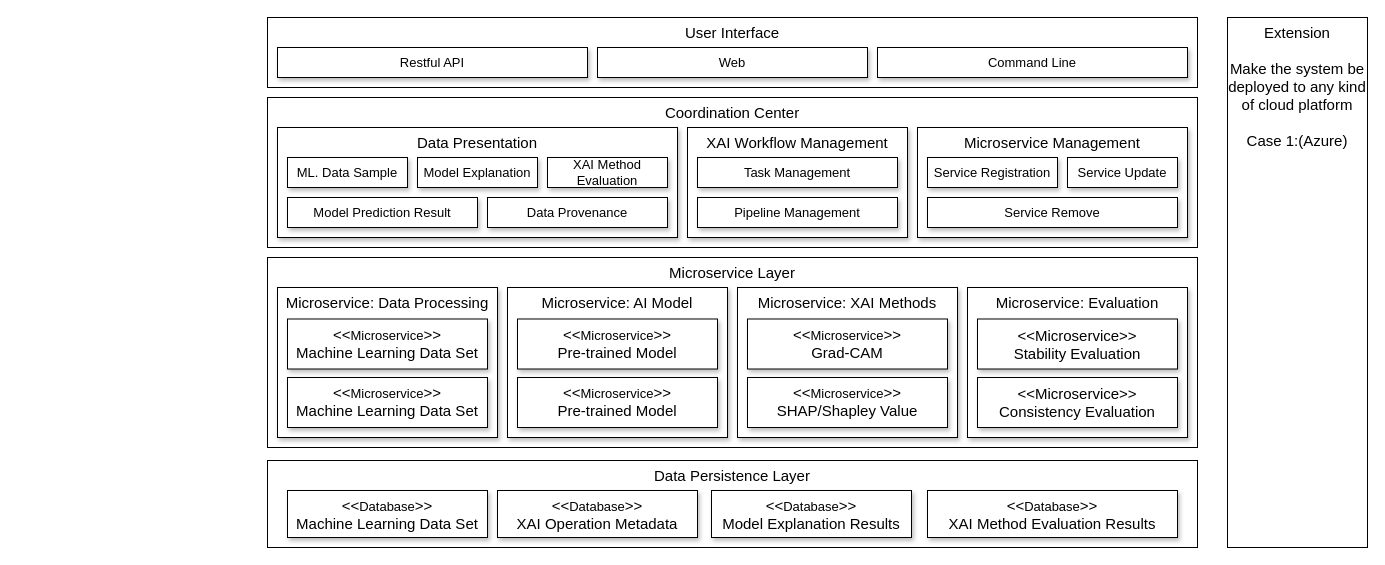
Above: page "New sys layer arch" (1 of 14) of Documents/Diagrams.drawio in ZeruiW/XAI-Service (draw.io), before the change. Source tidied: cells renumbered, new cells numbered last; positions are measured from the earlier drawing's top-left corner, leaving out a move shared by most shapes. Both pictures are drawn from the tidied source at 100%, with x=0, y=0 at pixel (267, 17).
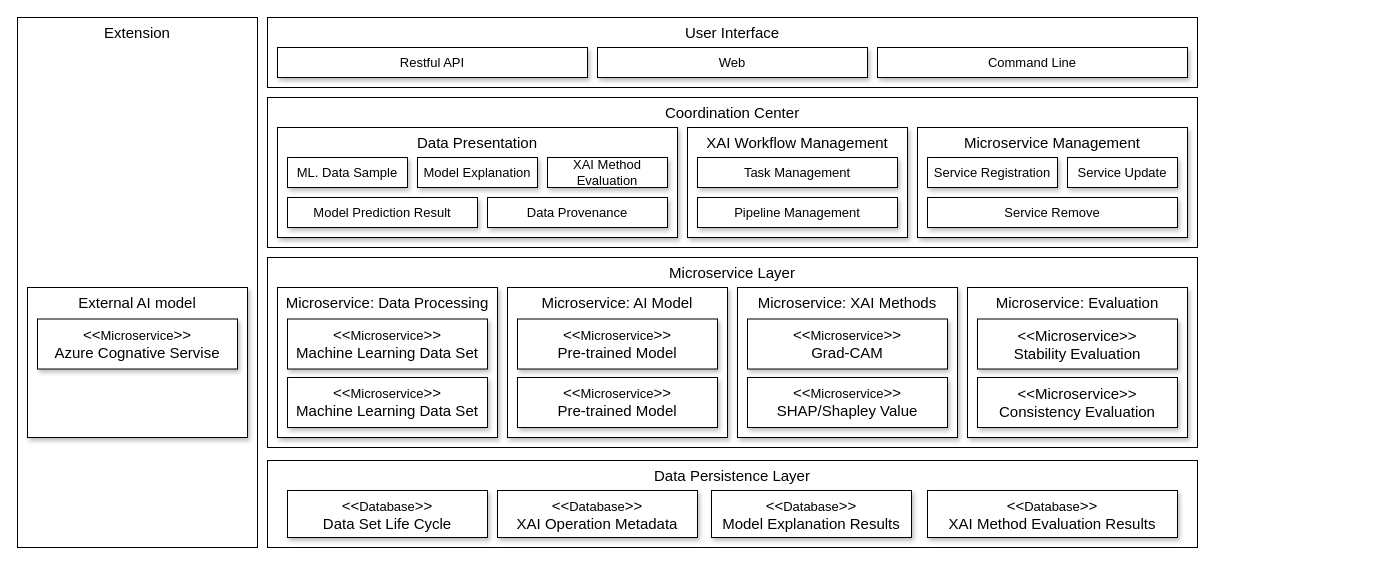
The same page after the edit.

Diff of the diagram source:
```diff
@@
+    <mxCell id="40" value="Extension" style="rounded=0;whiteSpace=wrap;html=1;fontSize=15;align=center;verticalAlign=top;shadow=0;" parent="1" vertex="1">
+      <mxGeometry x="-250" width="240" height="530" as="geometry" />
+    </mxCell>
@@
-    <mxCell id="37" value="&amp;lt;&amp;lt;&lt;span style=&quot;font-size: 13px&quot;&gt;Database&lt;/span&gt;&amp;gt;&amp;gt;&lt;br&gt;Machine Learning Data Set" style="rounded=0;whiteSpace=wrap;html=1;fontSize=15;verticalAlign=top;shadow=1;" parent="1" vertex="1">
+    <mxCell id="37" value="&amp;lt;&amp;lt;&lt;span style=&quot;font-size: 13px&quot;&gt;Database&lt;/span&gt;&amp;gt;&amp;gt;&lt;br&gt;Data Set Life Cycle" style="rounded=0;whiteSpace=wrap;html=1;fontSize=15;verticalAlign=top;shadow=1;" parent="1" vertex="1">
       <mxGeometry x="20" y="473" width="200" height="47" as="geometry" />
     </mxCell>
@@
-    <mxCell id="39" value="Extension&lt;br&gt;&lt;br&gt;Make the system be deployed to any kind of cloud platform&lt;br&gt;&lt;br&gt;Case 1:(Azure)" style="rounded=0;whiteSpace=wrap;html=1;fontSize=15;align=center;verticalAlign=top;shadow=0;" parent="1" vertex="1">
-      <mxGeometry x="960" width="140" height="530" as="geometry" />
-    </mxCell>
+    <mxCell id="41" value="External AI model" style="rounded=0;whiteSpace=wrap;html=1;fontSize=15;align=center;verticalAlign=top;shadow=1;" parent="1" vertex="1">
+      <mxGeometry x="-240" y="270" width="220" height="150" as="geometry" />
+    </mxCell>
+    <mxCell id="42" value="&amp;lt;&amp;lt;&lt;span style=&quot;font-size: 13px&quot;&gt;Microservice&lt;/span&gt;&amp;gt;&amp;gt;&lt;br&gt;Azure Cognative Servise" style="rounded=0;whiteSpace=wrap;html=1;fontSize=15;verticalAlign=top;shadow=1;" parent="1" vertex="1">
+      <mxGeometry x="-230" y="301.5" width="200" height="50" as="geometry" />
+    </mxCell>
```
